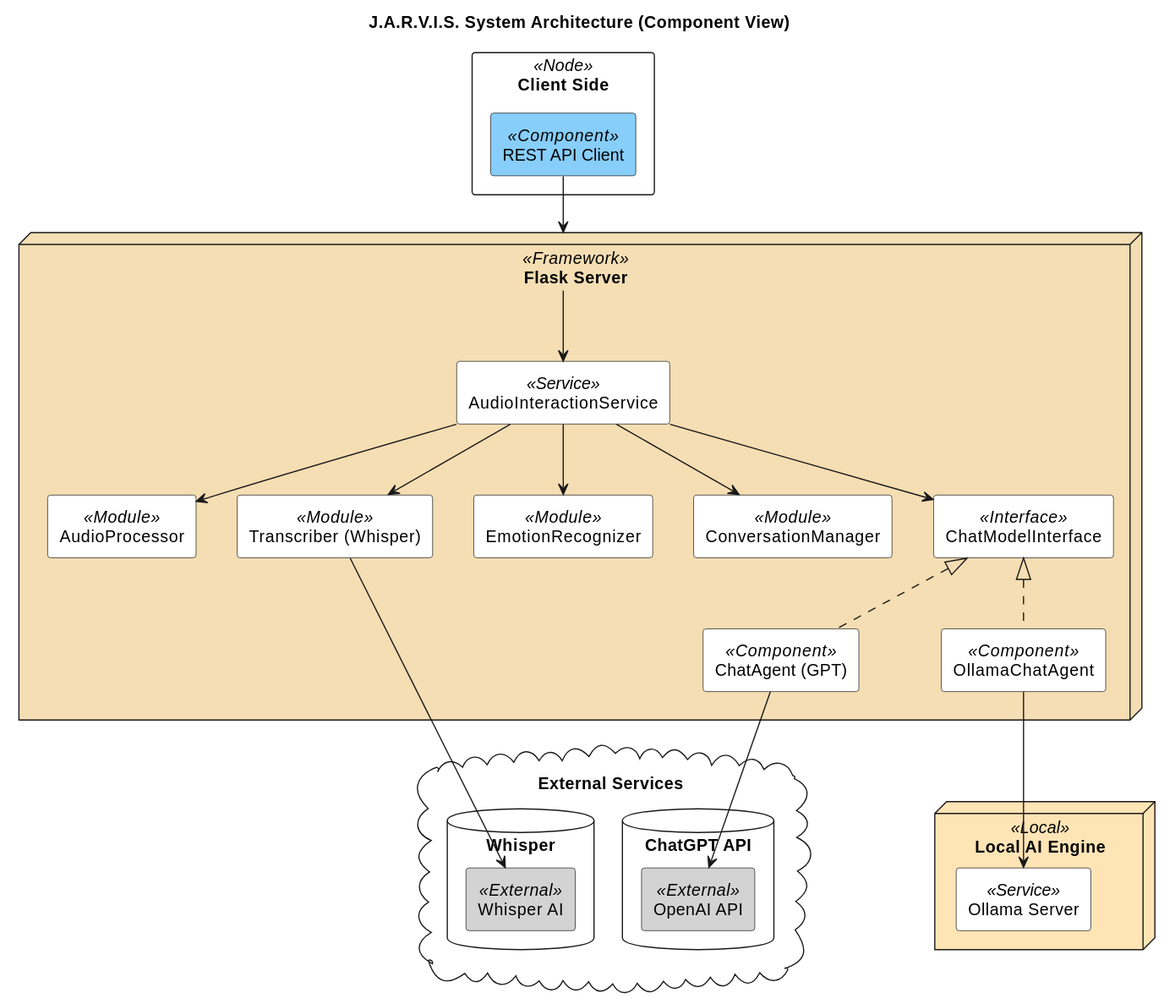
Earlier version of the PlantUML export diagram/architecture.svg (matthew-2000/JARVIS_Server).
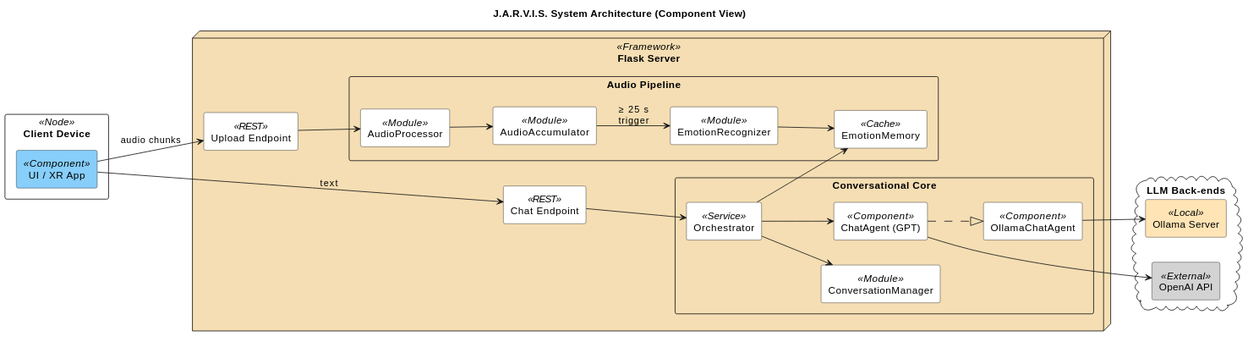
After the change.

Commit message:
feat: update system architecture diagram and README

What changed in the source:
```diff
@@ -1,49 +1,55 @@
 @startuml
 title J.A.R.V.I.S. System Architecture (Component View)
 
+left to right direction
+
 skinparam componentStyle rectangle
-skinparam packageStyle rectangle
+skinparam packageStyle   rectangle
 skinparam defaultTextAlignment center
+skinparam nodeMargin 20
 
-package "Client Side" <<Node>> {
-    [REST API Client] <<Component>> #LightSkyBlue
+package "Client Device" <<Node>> {
+  [UI / XR App]         <<Component>> #LightSkyBlue
 }
 
 node "Flask Server" <<Framework>> #Wheat {
-  [AudioInteractionService] <<Service>> #White
-  [AudioProcessor] <<Module>> #White
-  [Transcriber (Whisper)] <<Module>> #White
-  [EmotionRecognizer] <<Module>> #White
-  [ConversationManager] <<Module>> #White
-  [ChatModelInterface] <<Interface>> #White
-  [ChatAgent (GPT)] <<Component>> #White
-  [OllamaChatAgent] <<Component>> #White
 
-  [REST API Client] --> [Flask Server]
-  [Flask Server] --> [AudioInteractionService]
-  [AudioInteractionService] --> [AudioProcessor]
-  [AudioInteractionService] --> [Transcriber (Whisper)]
-  [AudioInteractionService] --> [EmotionRecognizer]
-  [AudioInteractionService] --> [ConversationManager]
-  [AudioInteractionService] --> [ChatModelInterface]
-  [ChatModelInterface] <|.. [ChatAgent (GPT)]
-  [ChatModelInterface] <|.. [OllamaChatAgent]
+  [Upload Endpoint]     <<REST>>    #White
+  [Chat Endpoint]       <<REST>>    #White
+
+  package "Audio Pipeline" {
+    [AudioProcessor]      <<Module>>  #White
+    [AudioAccumulator]    <<Module>>  #White
+    [EmotionRecognizer]   <<Module>>  #White
+    [EmotionMemory]       <<Cache>>   #White
+  }
+
+  package "Conversational Core" {
+    [ConversationManager] <<Module>>  #White
+    [Orchestrator]        <<Service>> #White
+    [ChatAgent (GPT)]     <<Component>> #White
+    [OllamaChatAgent]     <<Component>> #White
+  }
+
+  [UI / XR App] --> [Upload Endpoint] : audio chunks
+  [UI / XR App] --> [Chat Endpoint]   : text
+
+  [Upload Endpoint] --> [AudioProcessor]
+  [AudioProcessor]  --> [AudioAccumulator]
+  [AudioAccumulator] --> [EmotionRecognizer] : ≥ 25 s\ntrigger
+  [EmotionRecognizer] --> [EmotionMemory]
+
+  [Chat Endpoint] --> [Orchestrator]
+  [Orchestrator] --> [EmotionMemory]
+  [Orchestrator] --> [ConversationManager]
+  [Orchestrator] --> [ChatAgent (GPT)]
+  [ChatAgent (GPT)] ..|> [OllamaChatAgent]
 }
 
-cloud "External Services" {
-  database "ChatGPT API" {
-    [OpenAI API] <<External>> #LightGray
-  }
-  database "Whisper" {
-    [Whisper AI] <<External>> #LightGray
-  }
-
+cloud "LLM Back-ends" {
+  [OpenAI API]    <<External>> #LightGray
+  [Ollama Server] <<Local>>    #Moccasin
   [ChatAgent (GPT)] --> [OpenAI API]
-  [Transcriber (Whisper)] --> [Whisper AI]
-}
-
-node "Local AI Engine" <<Local>> #Moccasin {
-    [Ollama Server] <<Service>> #White
-    [OllamaChatAgent] --> [Ollama Server]
+  [OllamaChatAgent] --> [Ollama Server]
 }
 @enduml
```
